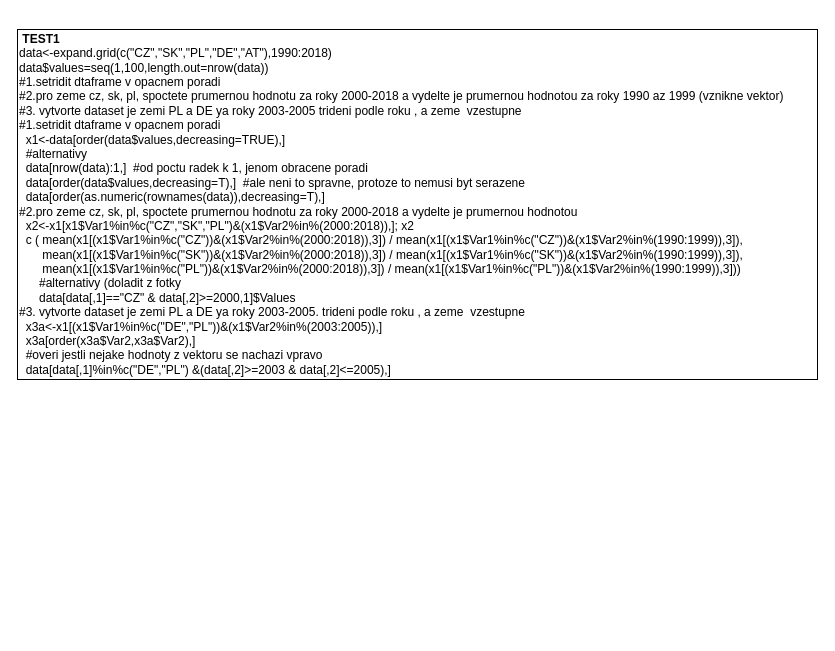
The draw.io diagram page "Komplexni priklady" (7 of 7) of MDAV_UCL.drawio in pama78/ucl, before the edit. Source tidied: cells renumbered, new cells numbered last; positions are measured from the earlier drawing's top-left corner, leaving out a move shared by most shapes. Both pictures are drawn from the tidied source at 100%, with x=0, y=0 at pixel (17, 29).
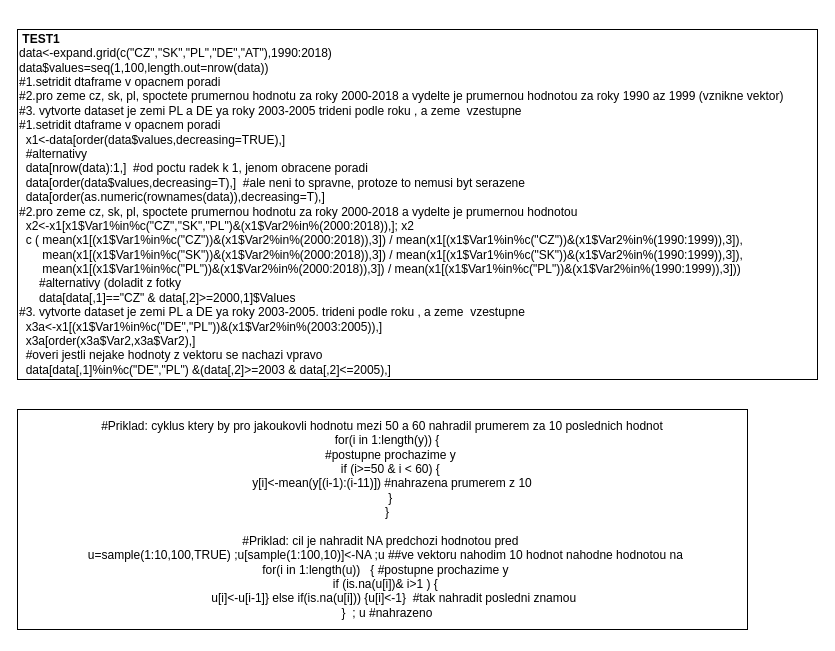
The same page after the edit.

Change to the diagram source:
```diff
@@
 <mxGraphModel>
   <root>
     <mxCell id="0" />
     <mxCell id="1" parent="0" />
     <mxCell id="2" value="&lt;br&gt;&amp;nbsp;&lt;span&gt;&lt;b&gt;TEST1&lt;/b&gt;&lt;/span&gt;&lt;div&gt;data&amp;lt;-expand.grid(c(&quot;CZ&quot;,&quot;SK&quot;,&quot;PL&quot;,&quot;DE&quot;,&quot;AT&quot;),1990:2018)&lt;/div&gt;&lt;div&gt;data$values=seq(1,100,length.out=nrow(data))&lt;/div&gt;&lt;div&gt;#1.setridit dtaframe v opacnem poradi&lt;/div&gt;&lt;div&gt;#2.pro zeme cz, sk, pl, spoctete prumernou hodnotu za roky 2000-2018 a vydelte je prumernou hodnotou za roky 1990 az 1999 (vznikne vektor)&lt;/div&gt;&lt;div&gt;#3. vytvorte dataset je zemi PL a DE ya roky 2003-2005 trideni podle roku , a zeme&amp;nbsp; vzestupne&lt;/div&gt;&lt;div&gt;#1.setridit dtaframe v opacnem poradi&lt;/div&gt;&lt;div&gt;&amp;nbsp; x1&amp;lt;-data[order(data$values,decreasing=TRUE),]&amp;nbsp;&lt;/div&gt;&lt;div&gt;&amp;nbsp; #alternativy&lt;/div&gt;&lt;div&gt;&amp;nbsp; data[nrow(data):1,]&amp;nbsp; #od poctu radek k 1, jenom obracene poradi&lt;/div&gt;&lt;div&gt;&amp;nbsp; data[order(data$values,decreasing=T),]&amp;nbsp; #ale neni to spravne, protoze to nemusi byt serazene&lt;/div&gt;&lt;div&gt;&amp;nbsp; data[order(as.numeric(rownames(data)),decreasing=T),]&lt;/div&gt;&lt;div&gt;#2.pro zeme cz, sk, pl, spoctete prumernou hodnotu za roky 2000-2018 a vydelte je prumernou hodnotou&amp;nbsp;&lt;/div&gt;&lt;div&gt;&amp;nbsp; x2&amp;lt;-x1[x1$Var1%in%c(&quot;CZ&quot;,&quot;SK&quot;,&quot;PL&quot;)&amp;amp;(x1$Var2%in%(2000:2018)),]; x2&lt;/div&gt;&lt;div&gt;&amp;nbsp; c ( mean(x1[(x1$Var1%in%c(&quot;CZ&quot;))&amp;amp;(x1$Var2%in%(2000:2018)),3]) / mean(x1[(x1$Var1%in%c(&quot;CZ&quot;))&amp;amp;(x1$Var2%in%(1990:1999)),3]),&lt;/div&gt;&lt;div&gt;&amp;nbsp; &amp;nbsp; &amp;nbsp; &amp;nbsp;mean(x1[(x1$Var1%in%c(&quot;SK&quot;))&amp;amp;(x1$Var2%in%(2000:2018)),3]) / mean(x1[(x1$Var1%in%c(&quot;SK&quot;))&amp;amp;(x1$Var2%in%(1990:1999)),3]),&lt;/div&gt;&lt;div&gt;&amp;nbsp; &amp;nbsp; &amp;nbsp; &amp;nbsp;mean(x1[(x1$Var1%in%c(&quot;PL&quot;))&amp;amp;(x1$Var2%in%(2000:2018)),3]) / mean(x1[(x1$Var1%in%c(&quot;PL&quot;))&amp;amp;(x1$Var2%in%(1990:1999)),3]))&lt;/div&gt;&lt;div&gt;&amp;nbsp; &amp;nbsp; &amp;nbsp; #alternativy (doladit z fotky&lt;/div&gt;&lt;div&gt;&amp;nbsp; &amp;nbsp; &amp;nbsp; data[data[,1]==&quot;CZ&quot; &amp;amp; data[,2]&amp;gt;=2000,1]$Values&lt;/div&gt;&lt;div&gt;#3. vytvorte dataset je zemi PL a DE ya roky 2003-2005. trideni podle roku , a zeme&amp;nbsp; vzestupne&lt;/div&gt;&lt;div&gt;&amp;nbsp; x3a&amp;lt;-x1[(x1$Var1%in%c(&quot;DE&quot;,&quot;PL&quot;))&amp;amp;(x1$Var2%in%(2003:2005)),]&lt;/div&gt;&lt;div&gt;&amp;nbsp; x3a[order(x3a$Var2,x3a$Var2),]&lt;/div&gt;&lt;div&gt;&amp;nbsp; #overi jestli nejake hodnoty z vektoru se nachazi vpravo&lt;/div&gt;&lt;div&gt;&amp;nbsp; data[data[,1]%in%c(&quot;DE&quot;,&quot;PL&quot;) &amp;amp;(data[,2]&amp;gt;=2003 &amp;amp; data[,2]&amp;lt;=2005),]&lt;/div&gt;&lt;div&gt;&lt;br&gt;&lt;/div&gt;" style="rounded=0;whiteSpace=wrap;html=1;align=left;" parent="1" vertex="1">
       <mxGeometry width="800" height="350" as="geometry" />
     </mxCell>
+    <mxCell id="3" value="&lt;div&gt;&amp;nbsp; &amp;nbsp;&lt;/div&gt;&lt;div&gt;#Priklad: cyklus ktery by pro jakoukovli hodnotu mezi 50 a 60 nahradil prumerem za 10 poslednich hodnot&lt;/div&gt;&lt;div&gt;&amp;nbsp; &amp;nbsp;for(i in 1:length(y)) {&lt;/div&gt;&lt;div&gt;&amp;nbsp; &amp;nbsp; &amp;nbsp;#postupne prochazime y&lt;/div&gt;&lt;div&gt;&amp;nbsp; &amp;nbsp; &amp;nbsp;if (i&amp;gt;=50 &amp;amp; i &amp;lt; 60) {&lt;/div&gt;&lt;div&gt;&amp;nbsp; &amp;nbsp; &amp;nbsp; &amp;nbsp;y[i]&amp;lt;-mean(y[(i-1):(i-11)]) #nahrazena prumerem z 10&amp;nbsp;&lt;/div&gt;&lt;div&gt;&amp;nbsp; &amp;nbsp; &amp;nbsp;}&lt;/div&gt;&lt;div&gt;&amp;nbsp; &amp;nbsp;}&lt;/div&gt;&lt;div&gt;&amp;nbsp; &amp;nbsp;&lt;/div&gt;&lt;div&gt;#Priklad: cil je nahradit NA predchozi hodnotou pred&amp;nbsp;&lt;/div&gt;&lt;div&gt;&amp;nbsp; u=sample(1:10,100,TRUE) ;u[sample(1:100,10)]&amp;lt;-NA ;u ##ve vektoru nahodim 10 hodnot nahodne hodnotou na&lt;/div&gt;&lt;div&gt;&amp;nbsp; for(i in 1:length(u))&amp;nbsp; &amp;nbsp;{ #postupne prochazime y&lt;/div&gt;&lt;div&gt;&amp;nbsp; &amp;nbsp; if (is.na(u[i])&amp;amp; i&amp;gt;1 ) {&amp;nbsp;&amp;nbsp;&lt;/div&gt;&lt;div&gt;&amp;nbsp; &amp;nbsp; &amp;nbsp; &amp;nbsp;u[i]&amp;lt;-u[i-1]} else if(is.na(u[i])) {u[i]&amp;lt;-1}&amp;nbsp; #tak nahradit posledni znamou&lt;/div&gt;&lt;div&gt;&amp;nbsp; &amp;nbsp;}&amp;nbsp; ; u #nahrazeno&lt;/div&gt;&lt;div&gt;&lt;br&gt;&lt;/div&gt;" style="rounded=0;whiteSpace=wrap;html=1;" parent="1" vertex="1">
+      <mxGeometry y="380" width="730" height="220" as="geometry" />
+    </mxCell>
   </root>
 </mxGraphModel>
```
